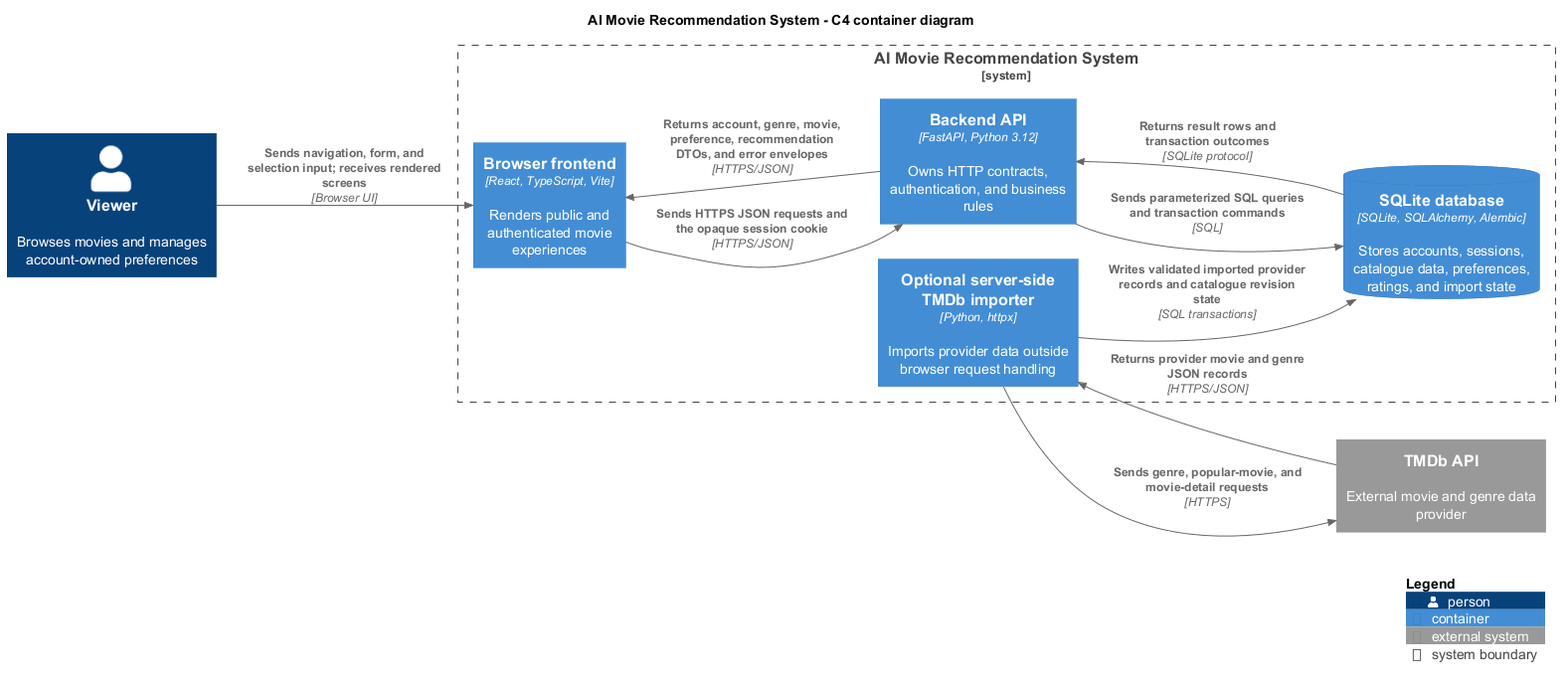
SE-FDA-NEU/ai66a_group3_C1_SE keeps this PlantUML diagram as docs/images/architecture.png. Above is the earlier version. Source of this version:
```plantuml
@startuml
!include <C4/C4_Container>

title AI Movie Recommendation System - C4 container diagram

LAYOUT_LEFT_RIGHT()

Person(viewer, "Viewer", "Browses movies and manages account-owned preferences")

System_Boundary(ams, "AI Movie Recommendation System") {
    Container(web, "Browser frontend", "React, TypeScript, Vite", "Renders public and authenticated movie experiences")
    Container(api, "Backend API", "FastAPI, Python 3.12", "Owns HTTP contracts, authentication, and business rules")
    ContainerDb(db, "SQLite database", "SQLite, SQLAlchemy, Alembic", "Stores accounts, sessions, catalogue data, preferences, ratings, and import state")
    Container(importer, "Optional server-side TMDb importer", "Python, httpx", "Imports provider data outside browser request handling")
}

System_Ext(tmdb, "TMDb API", "External movie and genre data provider")

Rel(viewer, web, "Sends navigation, form, and selection input; receives rendered screens", "Browser UI")
Rel(web, api, "Sends HTTPS JSON requests and the opaque session cookie", "HTTPS/JSON")
Rel(api, web, "Returns account, genre, movie, preference, recommendation DTOs, and error envelopes", "HTTPS/JSON")
Rel(api, db, "Sends parameterized SQL queries and transaction commands", "SQL")
Rel(db, api, "Returns result rows and transaction outcomes", "SQLite protocol")
Rel(importer, tmdb, "Sends genre, popular-movie, and movie-detail requests", "HTTPS")
Rel(tmdb, importer, "Returns provider movie and genre JSON records", "HTTPS/JSON")
Rel(importer, db, "Writes validated imported provider records and catalogue revision state", "SQL transactions")

SHOW_LEGEND()
@enduml
```
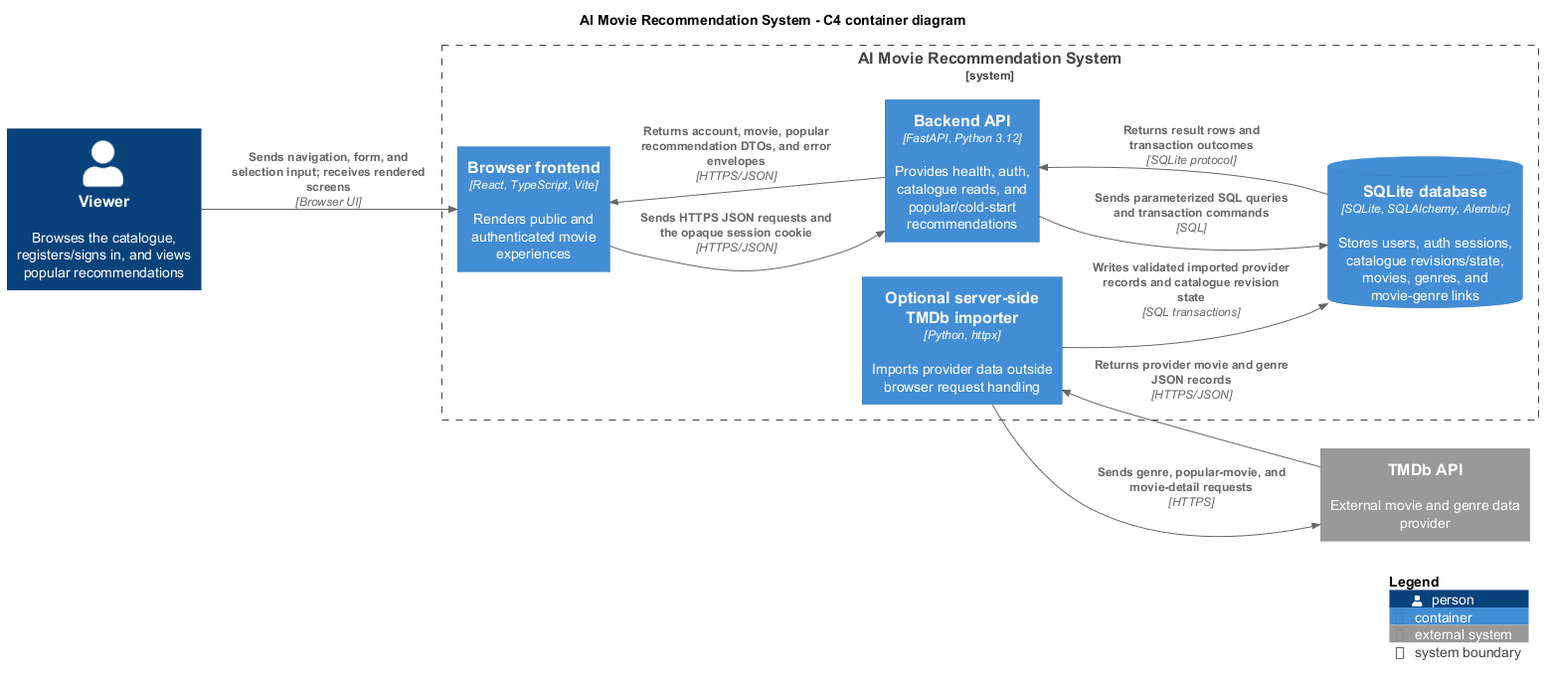
The same file after the commit.

Commit message:
docs: update architecture and ERD images to reflect recent changes

Diff of the diagram source:
```diff
@@ -5,12 +5,12 @@
 
 LAYOUT_LEFT_RIGHT()
 
-Person(viewer, "Viewer", "Browses movies and manages account-owned preferences")
+Person(viewer, "Viewer", "Browses the catalogue, registers/signs in, and views popular recommendations")
 
 System_Boundary(ams, "AI Movie Recommendation System") {
     Container(web, "Browser frontend", "React, TypeScript, Vite", "Renders public and authenticated movie experiences")
-    Container(api, "Backend API", "FastAPI, Python 3.12", "Owns HTTP contracts, authentication, and business rules")
-    ContainerDb(db, "SQLite database", "SQLite, SQLAlchemy, Alembic", "Stores accounts, sessions, catalogue data, preferences, ratings, and import state")
+    Container(api, "Backend API", "FastAPI, Python 3.12", "Provides health, auth, catalogue reads, and popular/cold-start recommendations")
+    ContainerDb(db, "SQLite database", "SQLite, SQLAlchemy, Alembic", "Stores users, auth sessions, catalogue revisions/state, movies, genres, and movie-genre links")
     Container(importer, "Optional server-side TMDb importer", "Python, httpx", "Imports provider data outside browser request handling")
 }
 
@@ -18,7 +18,7 @@
 
 Rel(viewer, web, "Sends navigation, form, and selection input; receives rendered screens", "Browser UI")
 Rel(web, api, "Sends HTTPS JSON requests and the opaque session cookie", "HTTPS/JSON")
-Rel(api, web, "Returns account, genre, movie, preference, recommendation DTOs, and error envelopes", "HTTPS/JSON")
+Rel(api, web, "Returns account, movie, popular recommendation DTOs, and error envelopes", "HTTPS/JSON")
 Rel(api, db, "Sends parameterized SQL queries and transaction commands", "SQL")
 Rel(db, api, "Returns result rows and transaction outcomes", "SQLite protocol")
 Rel(importer, tmdb, "Sends genre, popular-movie, and movie-detail requests", "HTTPS")
```
